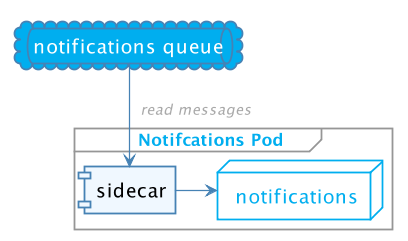
Above: slides/dqd.png in Yshayy/not-my-problem-talk (PlantUML), before the change. The source it was exported from:
```plantuml
@startuml
scale 1.2

skinparam {
    Default {
        Font {
            Name Open Sans
        }
    }
    shadowing false
    backgroundColor White
    monochrome false
    title {
        Font {
            Name Open Sans
            Color #00aeef
            Style bold
            Size 28
        }
    }
    actor {
            BackgroundColor White
            BorderColor SteelBlue
            Font {
                Name Open Sans
                Color #969696
                Style plain
                Size 16
            }
        }
    node {
            backgroundColor white
            borderColor #00aeef
            Font {
                Name Open Sans
                Color #00aeef
                Style plain
                Size 16
            }
    }
    cloud {
        BackgroundColor #00aeef
        BorderColor SteelBlue
        Font {
            Name Open Sans
            Color White
            Style plain
            Size 16
        }
    }
    queue {
        BackgroundColor #00aeef
        BorderColor SteelBlue
        Font {
            Name Open Sans
            Color White
            Style plain
            Size 16
        }
    }
    frame {
        BorderColor #969696
        Font {
            Name Open Sans
            Color #00aeef
            Style bold
            Name open-sans
            Size 14
        }
    }
    header {
        Font {
            Color Red
            Size 12
        }
    }
    footer {
    }
    legend {
        Font {
            Size 12
        }
    }
    note {
        BorderColor Chocolate
        Font {
            Size 12
        }
    }
    Activity {
        StartColor Black
        EndColor Black
        BackgroundColor AliceBlue
        BorderColor SteelBlue
        BarColor Navy
        Font {
            Color Black
            Style plain
            Size 16
        }
        Arrow {
            Color SteelBlue
            Font {
                Color DarkGray
                Style italic
                Size 12
            }
        }
    }
    State {
        StartColor Black
        EndColor Black
        BackgroundColor AliceBlue
        BorderColor SteelBlue
        BarColor Navy
        Font {
            Color Black
            Style plain
            Size 16
        }
        Arrow {
            Color SteelBlue
            Font {
                Color DarkGray
                Style italic
                Size 12
            }
        }
    }
    Object {
        BackgroundColor AliceBlue
        BorderColor SteelBlue
        BarColor Navy
        Font {
            Color Black
            Style plain
            Size 16
        }
        Arrow {
            Color SteelBlue
            Font {
                Color DarkGray
                Style italic
                Size 12
            }
        }
    }
    class {
        BackgroundColor AliceBlue
        BorderColor SteelBlue
        Font {
            Color Black
            Style plain
            Size 16
        }
    }
    component {
        BackgroundColor AliceBlue
        BorderColor SteelBlue
        Font {
            Color Black
            Style plain
            Size 16
            Name Open Sans
        }
        Interface {
            BackgroundColor AliceBlue
            BorderColor SteelBlue
            Font {
                Color Black
                Style plain
                Size 16
            }
        }
        node {
            backgroundColor AliceBlue
            borderColor SteelBlue
            Font {
                Color Black
                Style plain
                Size 16
            }
        }
        database {
            backgroundColor AliceBlue
            borderColor SteelBlue
            Font {
                Color Black
                Style plain
                Size 16
            }
        }
        Arrow {
            Color SteelBlue
            Font {
                Color DarkGray
                Style italic
                Size 12
            }
        }
    }
    usecase {
        BackgroundColor AliceBlue
        BorderColor SteelBlue
        Font {
            Color Black
            Style plain
            Size 16
        }

        Arrow {
            Color SteelBlue
            Font {
                Color DarkGray
                Style italic
                Size 12
            }
        }
    }
    sequence {
        BackgroundColor AliceBlue
        BorderColor SteelBlue
        Font {
            Color Black
            Style plain
            Size 16
        }
        LifeLine {
            BackgroundColor OldLace
            BorderColor SteelBlue
        }
        Participant {
            BackgroundColor AliceBlue
            BorderColor SteelBlue
            Font {
                Color Black
                Style plain
                Size 16
            }
        }
        boundary {
            BackgroundColor AliceBlue
            BorderColor SteelBlue
            Font {
                Color Black
                Style plain
                Size 16
            }
        }
        control {
            BackgroundColor LightYellow
            BorderColor Brown
            Font {
                Color Black
                Style plain
                Size 16
            }
        }
        entity {
            BackgroundColor LightYellow
            BorderColor Brown
            Font {
                Color Black
                Style plain
                Size 16
            }
        }
        database {
            BackgroundColor LightYellow
            BorderColor Brown
            Font {
                Color Black
                Style plain
                Size 16
            }
        }
        box {
            BackgroundColor WhiteSmoke
            BorderColor SteelBlue
            Font {
                Color Black
                Style plain
                Size 16
            }
        }
        Arrow {
            Color SteelBlue
            Font {
                Color DarkGray
                Style italic
                Size 12
            }
        }
    }
}
frame "          Notifcations Pod     " {
    node notifications
    component "sidecar" as dqd
}

cloud {
    queue "notifications queue" as queue
}


dqd <-up- queue:"  read messages"
dqd -right-> notifications
@enduml
```
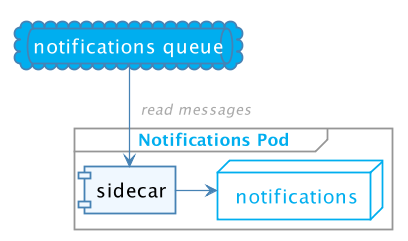
After the commit.

Change to the diagram source:
```diff
@@ -293,7 +293,7 @@
         }
     }
 }
-frame "          Notifcations Pod     " {
+frame "          Notifications Pod     " {
     node notifications
     component "sidecar" as dqd
 }
```
